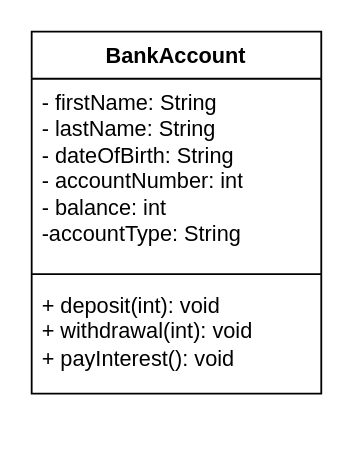
Before: BankAccount.drawio in H8S8/labSingleClassBankAccount, a draw.io diagram. Source tidied: cells renumbered, new cells numbered last; positions are measured from the earlier drawing's top-left corner, leaving out a move shared by most shapes. Both pictures are drawn from the tidied source at 181%, with x=0, y=0 at pixel (31, 31).
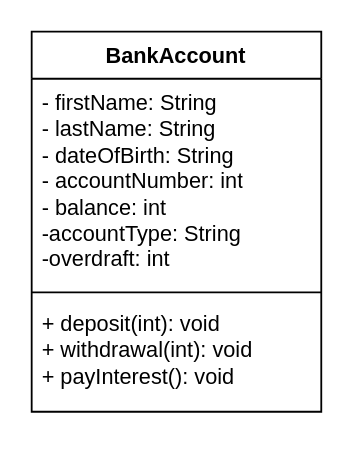
The same diagram, later.

Commit message (it also covers changes not shown here):
Add overdraft property and comment out old payInterest test

Change to the diagram source:
```diff
@@
 <mxGraphModel>
   <root>
     <mxCell id="0" />
     <mxCell id="1" parent="0" />
     <mxCell id="2" value="BankAccount" style="swimlane;fontStyle=1;align=center;verticalAlign=top;horizontal=1;startSize=26;whiteSpace=wrap;html=1;" parent="1" vertex="1">
-      <mxGeometry width="160" height="200" as="geometry" />
+      <mxGeometry width="160" height="210" as="geometry" />
     </mxCell>
-    <mxCell id="3" value="- firstName: String&lt;br&gt;- lastName: String&lt;br&gt;- dateOfBirth: String&lt;br&gt;- accountNumber: int&lt;br&gt;- balance: int&lt;br&gt;-accountType: String" style="text;strokeColor=none;fillColor=none;align=left;verticalAlign=top;spacingLeft=4;spacingRight=4;overflow=hidden;whiteSpace=wrap;html=1;" parent="2" vertex="1">
-      <mxGeometry y="26" width="160" height="104" as="geometry" />
+    <mxCell id="3" value="- firstName: String&lt;br&gt;- lastName: String&lt;br&gt;- dateOfBirth: String&lt;br&gt;- accountNumber: int&lt;br&gt;- balance: int&lt;br&gt;-accountType: String&lt;br&gt;-overdraft: int" style="text;strokeColor=none;fillColor=none;align=left;verticalAlign=top;spacingLeft=4;spacingRight=4;overflow=hidden;whiteSpace=wrap;html=1;" parent="2" vertex="1">
+      <mxGeometry y="26" width="160" height="114" as="geometry" />
     </mxCell>
     <mxCell id="4" style="line;strokeWidth=1;fillColor=none;align=left;verticalAlign=middle;spacingTop=-1;spacingLeft=3;spacingRight=3;labelPosition=right;strokeColor=inherit;" parent="2" vertex="1">
-      <mxGeometry y="130" width="160" height="8" as="geometry" />
+      <mxGeometry y="140" width="160" height="8" as="geometry" />
     </mxCell>
     <mxCell id="5" value="+ deposit(int): void&lt;br&gt;+ withdrawal(int): void&lt;br&gt;+ payInterest(): void" style="text;strokeColor=none;fillColor=none;align=left;verticalAlign=top;spacingLeft=4;spacingRight=4;overflow=hidden;whiteSpace=wrap;html=1;" parent="2" vertex="1">
-      <mxGeometry y="138" width="160" height="62" as="geometry" />
+      <mxGeometry y="148" width="160" height="62" as="geometry" />
     </mxCell>
   </root>
 </mxGraphModel>
```
